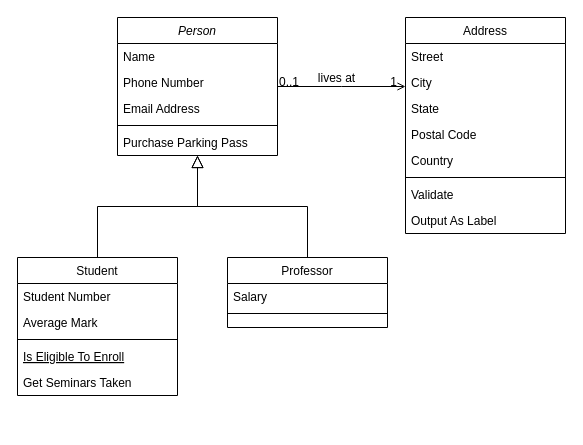
Earlier version of the draw.io diagram Untitled Diagram.drawio (leri-berry/git_calisthenics). Source tidied: cells renumbered, new cells numbered last; positions are measured from the earlier drawing's top-left corner, leaving out a move shared by most shapes. Both pictures are drawn from the tidied source at 100%, with x=0, y=0 at pixel (17, 17).
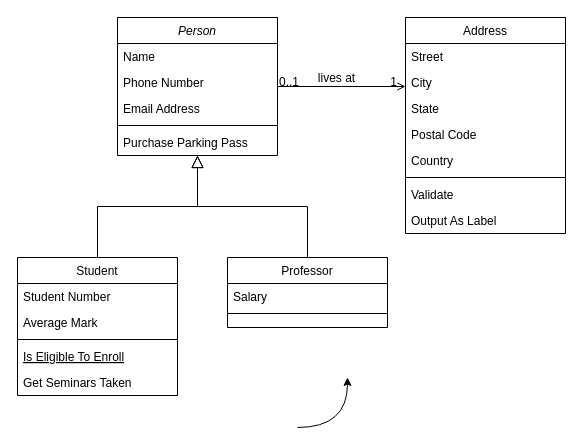
The same page after the edit.

What changed in the source:
```diff
@@
+    <mxCell id="32" style="curved=1;endArrow=classic;html=1;rounded=0;edgeStyle=orthogonalEdgeStyle;" parent="1" edge="1">
+      <mxGeometry relative="1" as="geometry">
+        <mxPoint x="280" y="410" as="sourcePoint" />
+        <mxPoint x="330" y="360" as="targetPoint" />
+        <Array as="points">
+          <mxPoint x="330" y="410" />
+          <mxPoint x="280" y="360" />
+        </Array>
+      </mxGeometry>
+    </mxCell>
```
